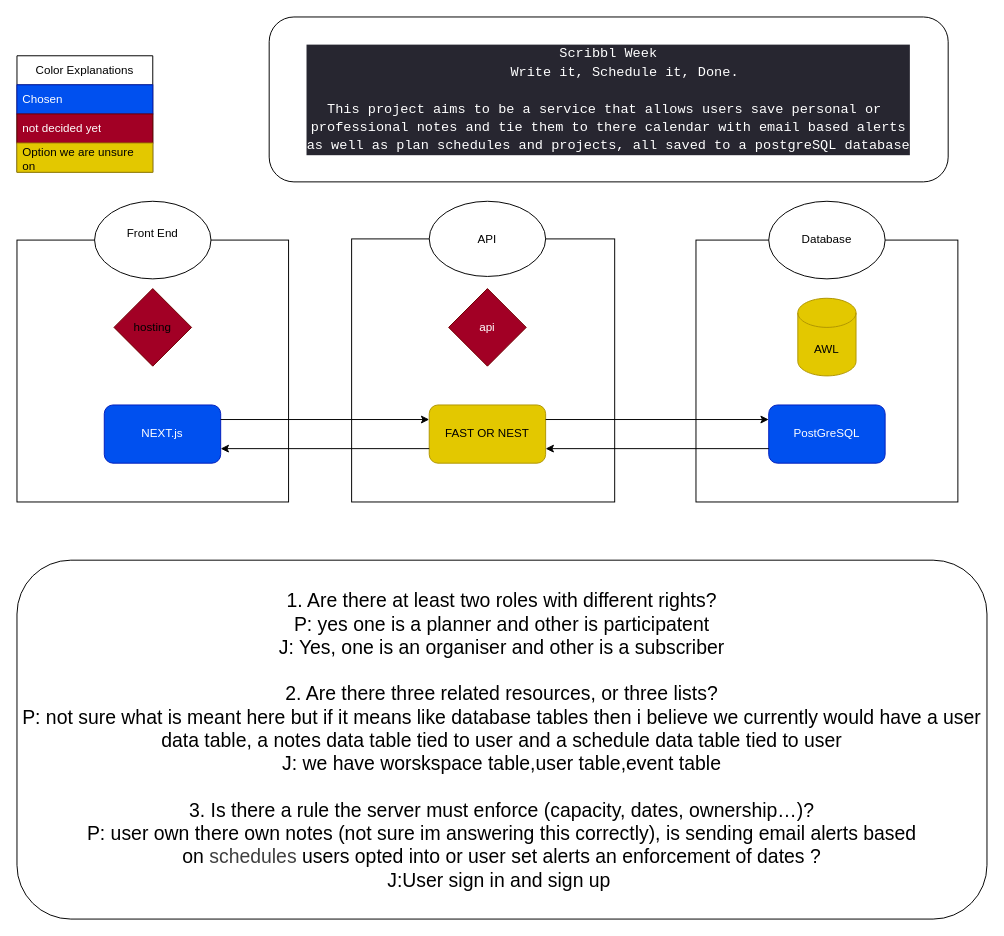
Above: Scribbl.drawio in j12Ch05/Scribbl (draw.io), before the change. Source tidied: cells renumbered, new cells numbered last; positions are measured from the earlier drawing's top-left corner, leaving out a move shared by most shapes. Both pictures are drawn from the tidied source at 97%, with x=0, y=0 at pixel (16, 16).
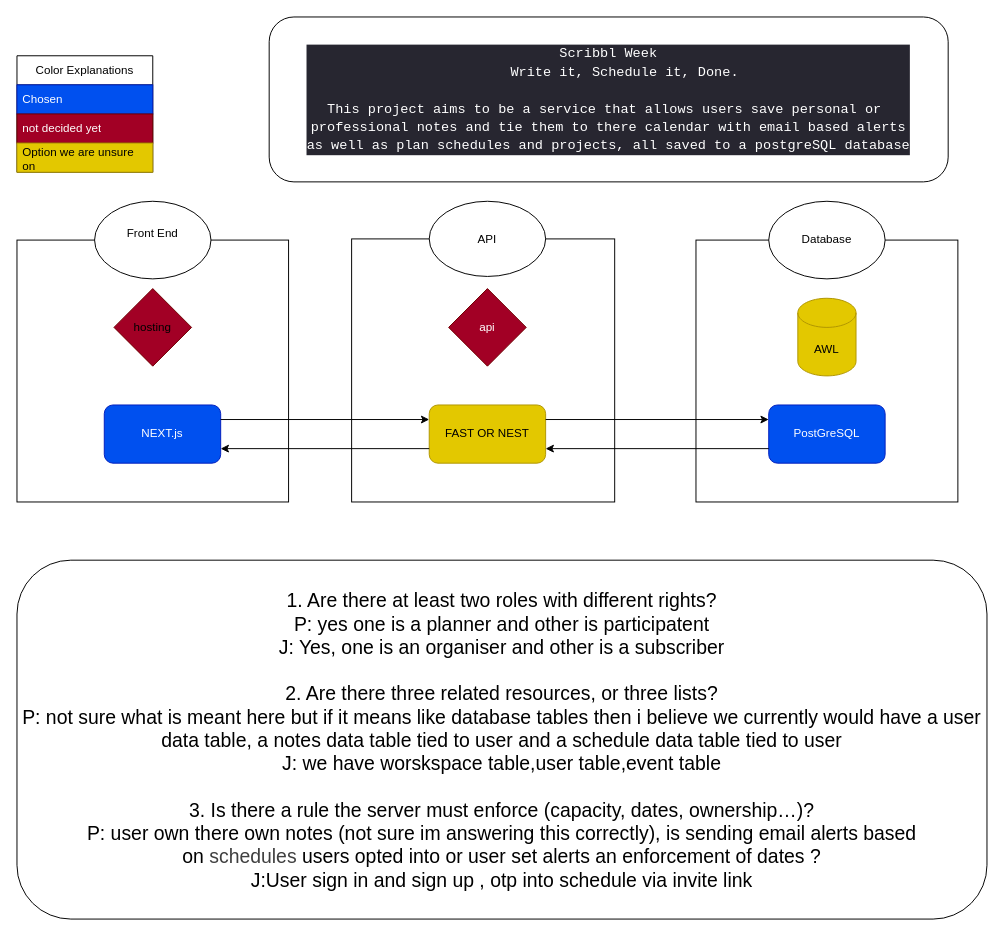
After the change.

What changed in the source:
```diff
@@
-    <mxCell id="26" value="&lt;font style=&quot;font-size: 20px;&quot;&gt;1. Are there at least two roles with different rights? &lt;br&gt;P: yes one is a planner and other is participatent&lt;/font&gt;&lt;div&gt;&lt;font style=&quot;font-size: 20px;&quot;&gt;J: Yes, one is an organiser and other is a subscriber&lt;/font&gt;&lt;/div&gt;&lt;div&gt;&lt;font style=&quot;font-size: 20px;&quot;&gt;&lt;br&gt;2. Are there three related resources, or three lists? &lt;br&gt;P: not sure what is meant here but if it means like database tables then i believe we currently would have a user data table, a notes data table tied to user and a schedule data table tied to user&lt;/font&gt;&lt;/div&gt;&lt;div&gt;&lt;font style=&quot;font-size: 20px;&quot;&gt;J: we have worskspace table,user table,event table&lt;br&gt;&lt;br&gt;3. Is there a rule the server must enforce (capacity, dates, ownership…)?&lt;br&gt;P: user own there own notes (not sure im answering this correctly), is sending email alerts based on&amp;nbsp;&lt;span style=&quot;color: rgb(63, 63, 63);&quot;&gt;schedules&lt;/span&gt;&amp;nbsp;users opted into or user set alerts an enforcement of dates ?&lt;/font&gt;&lt;/div&gt;&lt;div&gt;&lt;font style=&quot;font-size: 20px;&quot;&gt;J:User sign in and sign up&amp;nbsp;&lt;/font&gt;&lt;/div&gt;" style="rounded=1;whiteSpace=wrap;html=1;roundedPerimeter=1;" parent="1" vertex="1">
+    <mxCell id="26" value="&lt;font style=&quot;font-size: 20px;&quot;&gt;1. Are there at least two roles with different rights? &lt;br&gt;P: yes one is a planner and other is participatent&lt;/font&gt;&lt;div&gt;&lt;font style=&quot;font-size: 20px;&quot;&gt;J: Yes, one is an organiser and other is a subscriber&lt;/font&gt;&lt;/div&gt;&lt;div&gt;&lt;font style=&quot;font-size: 20px;&quot;&gt;&lt;br&gt;2. Are there three related resources, or three lists? &lt;br&gt;P: not sure what is meant here but if it means like database tables then i believe we currently would have a user data table, a notes data table tied to user and a schedule data table tied to user&lt;/font&gt;&lt;/div&gt;&lt;div&gt;&lt;font style=&quot;font-size: 20px;&quot;&gt;J: we have worskspace table,user table,event table&lt;br&gt;&lt;br&gt;3. Is there a rule the server must enforce (capacity, dates, ownership…)?&lt;br&gt;P: user own there own notes (not sure im answering this correctly), is sending email alerts based on&amp;nbsp;&lt;span style=&quot;color: rgb(63, 63, 63);&quot;&gt;schedules&lt;/span&gt;&amp;nbsp;users opted into or user set alerts an enforcement of dates ?&lt;/font&gt;&lt;/div&gt;&lt;div&gt;&lt;font style=&quot;font-size: 20px;&quot;&gt;J:User sign in and sign up , otp into schedule via invite link&lt;/font&gt;&lt;/div&gt;" style="rounded=1;whiteSpace=wrap;html=1;roundedPerimeter=1;" parent="1" vertex="1">
       <mxGeometry y="560" width="1000" height="370" as="geometry" />
     </mxCell>
```
